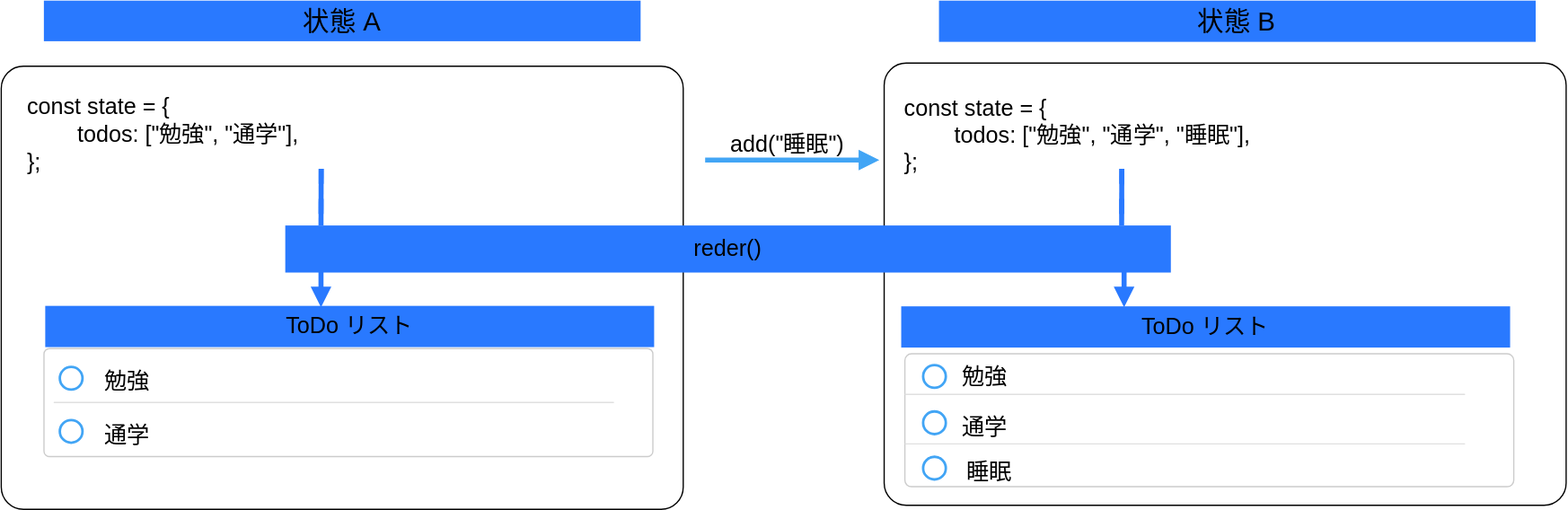
The draw.io diagram docs/4-advanced/04-react/declarative-ui.drawio.svg in ut-code/utcode-learn, before a commit. Source tidied: cells renumbered, new cells last; positions are measured from the earlier drawing's top-left corner, leaving out a move shared by most shapes.
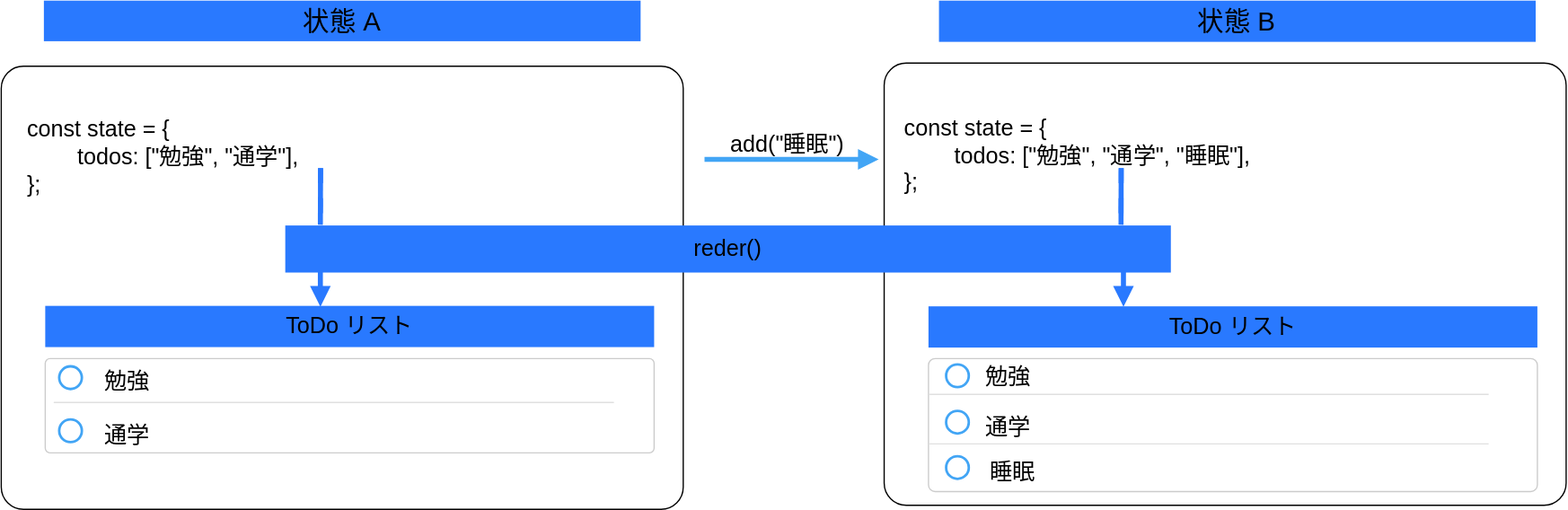
After the commit.

The edit, as a diff of the source:
```diff
@@ -5,14 +5,14 @@
     <mxCell id="2" style="group;direction=south;" parent="1" vertex="1">
       <mxGeometry width="1246" height="405" as="geometry" />
     </mxCell>
-    <mxCell id="3" style="rounded=1;whiteSpace=wrap;html=1;arcSize=5;fillColor=none;" parent="2" vertex="1">
+    <mxCell id="3" style="rounded=1;whiteSpace=wrap;html=1;arcSize=5;fillColor=default;" parent="2" vertex="1">
       <mxGeometry y="52.2" width="542.8" height="352.8" as="geometry" />
     </mxCell>
     <mxCell id="4" value="状態 A" style="rounded=0;whiteSpace=wrap;fillColor=#2979FF;strokeColor=none;arcSize=0;fontSize=21;" parent="2" vertex="1">
       <mxGeometry x="33.9" width="474.9" height="32.3" as="geometry" />
     </mxCell>
     <mxCell id="5" style="rounded=1;whiteSpace=wrap;fillColor=#FFFFFF;strokeColor=#CCCCCC;arcSize=5;" parent="2" vertex="1">
-      <mxGeometry x="34" y="277" width="484.6" height="86" as="geometry" />
+      <mxGeometry x="35" y="285" width="484.6" height="75" as="geometry" />
     </mxCell>
     <mxCell id="6" value="ToDo リスト" style="rounded=0;whiteSpace=wrap;fillColor=#2979FF;strokeColor=none;fontSize=18;" parent="2" vertex="1">
       <mxGeometry x="35" y="243" width="484.6" height="32.8" as="geometry" />
@@ -36,34 +36,34 @@
       <mxGeometry x="702.7" y="49.7" width="542.8" height="352" as="geometry" />
     </mxCell>
     <mxCell id="13" style="rounded=1;whiteSpace=wrap;html=1;fillColor=#FFFFFF;strokeColor=#CCCCCC;arcSize=5;" parent="2" vertex="1">
-      <mxGeometry x="719.2" y="281.1" width="484.6" height="105.8" as="geometry" />
+      <mxGeometry x="738" y="285" width="484.6" height="105.8" as="geometry" />
     </mxCell>
     <mxCell id="14" value="ToDo リスト" style="rounded=0;whiteSpace=wrap;fillColor=#2979FF;strokeColor=none;fontSize=18;" parent="2" vertex="1">
-      <mxGeometry x="716.3" y="243.4" width="484.6" height="32.8" as="geometry" />
+      <mxGeometry x="738" y="243.4" width="484.6" height="32.8" as="geometry" />
     </mxCell>
     <mxCell id="15" style="ellipse;whiteSpace=wrap;html=1;fillColor=#FFFFFF;strokeColor=#42A5F5;strokeWidth=2;" parent="2" vertex="1">
-      <mxGeometry x="733.7" y="290.1" width="18.1" height="18.1" as="geometry" />
+      <mxGeometry x="752.5" y="290.1" width="18.1" height="18.1" as="geometry" />
     </mxCell>
     <mxCell id="16" value="勉強" style="text;align=left;verticalAlign=middle;fontSize=18;" parent="2" vertex="1">
-      <mxGeometry x="762.8" y="280.7" width="54" height="34" as="geometry" />
+      <mxGeometry x="781.6" y="280.7" width="54" height="34" as="geometry" />
     </mxCell>
     <mxCell id="17" style="line;strokeWidth=1;strokeColor=#E0E0E0;fillColor=none;" parent="2" vertex="1">
-      <mxGeometry x="719.2" y="313.1" width="445.9" height="0.8" as="geometry" />
+      <mxGeometry x="738" y="313.1" width="445.9" height="0.8" as="geometry" />
     </mxCell>
     <mxCell id="18" style="ellipse;whiteSpace=wrap;html=1;fillColor=#FFFFFF;strokeColor=#42A5F5;strokeWidth=2;" parent="2" vertex="1">
-      <mxGeometry x="733.7" y="327.1" width="18.1" height="18.1" as="geometry" />
+      <mxGeometry x="752.5" y="327.1" width="18.1" height="18.1" as="geometry" />
     </mxCell>
     <mxCell id="19" value="通学" style="text;align=left;verticalAlign=middle;fontSize=18;" parent="2" vertex="1">
-      <mxGeometry x="762.8" y="320.9" width="54" height="34" as="geometry" />
+      <mxGeometry x="781.6" y="320.9" width="54" height="34" as="geometry" />
     </mxCell>
     <mxCell id="20" style="line;strokeWidth=1;strokeColor=#E0E0E0;fillColor=none;" parent="2" vertex="1">
-      <mxGeometry x="719.2" y="352.5" width="445.9" height="0.8" as="geometry" />
+      <mxGeometry x="738" y="352.5" width="445.9" height="0.8" as="geometry" />
     </mxCell>
     <mxCell id="21" style="ellipse;whiteSpace=wrap;html=1;fillColor=#FFFFFF;strokeColor=#42A5F5;strokeWidth=2;" parent="2" vertex="1">
-      <mxGeometry x="733.7" y="363.2" width="18.1" height="18.1" as="geometry" />
+      <mxGeometry x="752.5" y="363.2" width="18.1" height="18.1" as="geometry" />
     </mxCell>
     <mxCell id="22" value="睡眠" style="text;align=left;verticalAlign=middle;fontSize=18;" parent="2" vertex="1">
-      <mxGeometry x="766.7" y="357" width="54" height="34" as="geometry" />
+      <mxGeometry x="785.5" y="357" width="54" height="34" as="geometry" />
     </mxCell>
     <mxCell id="23" value="add(&quot;睡眠&quot;)" style="endArrow=block;rounded=0;strokeWidth=4;strokeColor=#42A5F5;fillColor=#42A5F5;endFill=1;labelBackgroundColor=none;fontSize=18;" parent="2" edge="1">
       <mxGeometry x="-0.05" y="14" relative="1" as="geometry">
@@ -72,10 +72,10 @@
       </mxGeometry>
     </mxCell>
     <mxCell id="24" value="const state = {&#10;        todos: [&quot;勉強&quot;, &quot;通学&quot;],&#10;};&#10;&#10;&#10;" style="text;fontSize=18;" parent="2" vertex="1">
-      <mxGeometry x="18.9" y="67" width="415.6" height="164.1" as="geometry" />
+      <mxGeometry x="18.9" y="85" width="415.6" height="164.1" as="geometry" />
     </mxCell>
     <mxCell id="25" value="const state = {&#10;          todos: [&quot;勉強&quot;, &quot;通学&quot;, &quot;睡眠&quot;],&#10;};&#10;&#10;&#10;" style="text;whiteSpace=wrap;fontSize=18;" parent="2" vertex="1">
-      <mxGeometry x="717.1" y="69" width="367.9" height="155.9" as="geometry" />
+      <mxGeometry x="717.1" y="85" width="367.9" height="155.9" as="geometry" />
     </mxCell>
     <mxCell id="26" style="endArrow=none;html=1;rounded=0;strokeWidth=4;strokeColor=#2979FF;fillColor=#2979FF;endFill=0;shape=wire;dashed=1;" parent="2" edge="1">
       <mxGeometry relative="1" as="geometry">
```
